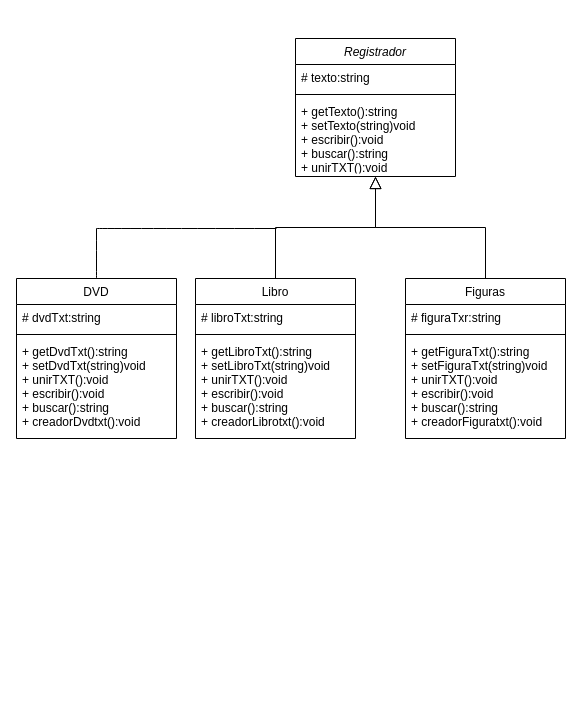
13petabytes/Clasificador keeps this draw.io diagram as clases proyecto registros.drawio. Above is the earlier version. Source tidied: cells renumbered, new cells numbered last; positions are measured from the earlier drawing's top-left corner, leaving out a move shared by most shapes. Both pictures are drawn from the tidied source at 100%, with x=0, y=0 at pixel (16, 38).
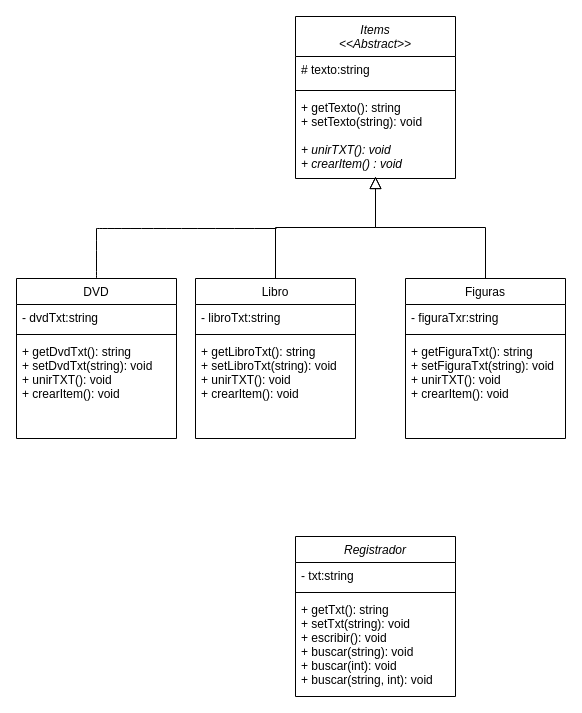
The same page after the edit.

Unchanged cells that the change refers to:
```xml
<mxCell id="2" value="Libro" style="swimlane;fontStyle=0;align=center;verticalAlign=top;horizontal=1;startSize=26;rounded=0;shadow=0;strokeWidth=1;" parent="1" vertex="1">
  <mxGeometry x="179" y="240" width="160" height="160" as="geometry" />
</mxCell>
<mxCell id="7" value="Figuras" style="swimlane;fontStyle=0;align=center;verticalAlign=top;horizontal=1;startSize=26;rounded=0;shadow=0;strokeWidth=1;" parent="1" vertex="1">
  <mxGeometry x="389" y="240" width="160" height="160" as="geometry" />
</mxCell>
<mxCell id="12" value="DVD" style="swimlane;fontStyle=0;align=center;verticalAlign=top;horizontal=1;startSize=26;rounded=0;shadow=0;strokeWidth=1;" parent="1" vertex="1">
  <mxGeometry y="240" width="160" height="160" as="geometry" />
</mxCell>
```

Diff of the diagram source:
```diff
@@
-    <mxCell id="3" value="# libroTxt:string" style="text;align=left;verticalAlign=top;spacingLeft=4;spacingRight=4;overflow=hidden;" parent="2" vertex="1">
+    <mxCell id="3" value="- libroTxt:string" style="text;align=left;verticalAlign=top;spacingLeft=4;spacingRight=4;overflow=hidden;" parent="2" vertex="1">
       <mxGeometry y="26" width="160" height="26" as="geometry" />
     </mxCell>
@@
-    <mxCell id="5" value="+ getLibroTxt():string&#10;+ setLibroTxt(string)void&#10;+ unirTXT():void&#10;+ escribir():void&#10;+ buscar():string&#10;+ creadorLibrotxt():void&#10;" style="text;align=left;verticalAlign=top;spacingLeft=4;spacingRight=4;overflow=hidden;fontStyle=0;" parent="2" vertex="1">
+    <mxCell id="5" value="+ getLibroTxt(): string&#10;+ setLibroTxt(string): void&#10;+ unirTXT(): void&#10;+ crearItem(): void&#10;" style="text;align=left;verticalAlign=top;spacingLeft=4;spacingRight=4;overflow=hidden;fontStyle=0;" parent="2" vertex="1">
       <mxGeometry y="60" width="160" height="90" as="geometry" />
     </mxCell>
@@
-    <mxCell id="8" value="# figuraTxr:string" style="text;align=left;verticalAlign=top;spacingLeft=4;spacingRight=4;overflow=hidden;" parent="7" vertex="1">
+    <mxCell id="8" value="- figuraTxr:string" style="text;align=left;verticalAlign=top;spacingLeft=4;spacingRight=4;overflow=hidden;" parent="7" vertex="1">
       <mxGeometry y="26" width="160" height="26" as="geometry" />
     </mxCell>
@@
-    <mxCell id="10" value="+ getFiguraTxt():string&#10;+ setFiguraTxt(string)void&#10;+ unirTXT():void&#10;+ escribir():void&#10;+ buscar():string&#10;+ creadorFiguratxt():void&#10;" style="text;align=left;verticalAlign=top;spacingLeft=4;spacingRight=4;overflow=hidden;fontStyle=0;" parent="7" vertex="1">
+    <mxCell id="10" value="+ getFiguraTxt(): string&#10;+ setFiguraTxt(string): void&#10;+ unirTXT(): void&#10;+ crearItem(): void&#10;" style="text;align=left;verticalAlign=top;spacingLeft=4;spacingRight=4;overflow=hidden;fontStyle=0;" parent="7" vertex="1">
       <mxGeometry y="60" width="160" height="90" as="geometry" />
     </mxCell>
@@
-    <mxCell id="13" value="# dvdTxt:string" style="text;align=left;verticalAlign=top;spacingLeft=4;spacingRight=4;overflow=hidden;" parent="12" vertex="1">
+    <mxCell id="13" value="- dvdTxt:string" style="text;align=left;verticalAlign=top;spacingLeft=4;spacingRight=4;overflow=hidden;" parent="12" vertex="1">
       <mxGeometry y="26" width="160" height="26" as="geometry" />
     </mxCell>
@@
-    <mxCell id="15" value="+ getDvdTxt():string&#10;+ setDvdTxt(string)void&#10;+ unirTXT():void&#10;+ escribir():void&#10;+ buscar():string&#10;+ creadorDvdtxt():void" style="text;align=left;verticalAlign=top;spacingLeft=4;spacingRight=4;overflow=hidden;fontStyle=0;" parent="12" vertex="1">
+    <mxCell id="15" value="+ getDvdTxt(): string&#10;+ setDvdTxt(string): void&#10;+ unirTXT(): void&#10;+ crearItem(): void" style="text;align=left;verticalAlign=top;spacingLeft=4;spacingRight=4;overflow=hidden;fontStyle=0;" parent="12" vertex="1">
       <mxGeometry y="60" width="160" height="90" as="geometry" />
     </mxCell>
@@
     <mxCell id="18" style="edgeStyle=none;curved=1;rounded=0;orthogonalLoop=1;jettySize=auto;html=1;exitX=0.75;exitY=0;exitDx=0;exitDy=0;fontSize=12;startSize=8;endSize=8;" parent="1" edge="1">
       <mxGeometry relative="1" as="geometry">
-        <mxPoint x="399" as="sourcePoint" />
-        <mxPoint x="399" as="targetPoint" />
+        <mxPoint x="399" y="-22" as="sourcePoint" />
+        <mxPoint x="399" y="-22" as="targetPoint" />
       </mxGeometry>
     </mxCell>
-    <mxCell id="19" value="Registrador" style="swimlane;fontStyle=2;align=center;verticalAlign=top;horizontal=1;startSize=26;rounded=0;shadow=0;strokeWidth=1;" parent="1" vertex="1">
-      <mxGeometry x="279" width="160" height="138" as="geometry" />
+    <mxCell id="19" value="Items&#10;&lt;&lt;Abstract&gt;&gt;" style="swimlane;fontStyle=2;align=center;verticalAlign=top;horizontal=1;startSize=40;rounded=0;shadow=0;strokeWidth=1;" parent="1" vertex="1">
+      <mxGeometry x="279" y="-22" width="160" height="162" as="geometry" />
     </mxCell>
     <mxCell id="20" value="# texto:string" style="text;align=left;verticalAlign=top;spacingLeft=4;spacingRight=4;overflow=hidden;" parent="19" vertex="1">
-      <mxGeometry y="26" width="160" height="26" as="geometry" />
+      <mxGeometry y="40" width="160" height="30" as="geometry" />
     </mxCell>
     <mxCell id="21" style="line;html=1;strokeWidth=1;align=left;verticalAlign=middle;spacingTop=-1;spacingLeft=3;spacingRight=3;labelPosition=right;" parent="19" vertex="1">
-      <mxGeometry y="52" width="160" height="8" as="geometry" />
+      <mxGeometry y="70" width="160" height="8" as="geometry" />
     </mxCell>
-    <mxCell id="22" value="+ getTexto():string&#10;+ setTexto(string)void&#10;+ escribir():void&#10;+ buscar():string&#10;+ unirTXT():void" style="text;align=left;verticalAlign=top;spacingLeft=4;spacingRight=4;overflow=hidden;" parent="19" vertex="1">
-      <mxGeometry y="60" width="160" height="70" as="geometry" />
+    <mxCell id="22" value="+ getTexto(): string&#10;+ setTexto(string): void&#10;" style="text;align=left;verticalAlign=top;spacingLeft=4;spacingRight=4;overflow=hidden;fontStyle=0;" parent="19" vertex="1">
+      <mxGeometry y="78" width="160" height="42" as="geometry" />
     </mxCell>
+    <mxCell id="23" value="+ unirTXT(): void&#10;+ crearItem() : void" style="text;align=left;verticalAlign=top;spacingLeft=4;spacingRight=4;overflow=hidden;fontStyle=2;" parent="19" vertex="1">
+      <mxGeometry y="120" width="160" height="42" as="geometry" />
+    </mxCell>
+    <mxCell id="24" style="edgeStyle=none;curved=1;rounded=0;orthogonalLoop=1;jettySize=auto;html=1;exitX=0.75;exitY=0;exitDx=0;exitDy=0;fontSize=12;startSize=8;endSize=8;" parent="1" edge="1">
+      <mxGeometry relative="1" as="geometry">
+        <mxPoint x="399" y="498" as="sourcePoint" />
+        <mxPoint x="399" y="498" as="targetPoint" />
+      </mxGeometry>
+    </mxCell>
+    <mxCell id="25" value="Registrador" style="swimlane;fontStyle=2;align=center;verticalAlign=top;horizontal=1;startSize=26;rounded=0;shadow=0;strokeWidth=1;" parent="1" vertex="1">
+      <mxGeometry x="279" y="498" width="160" height="160" as="geometry" />
+    </mxCell>
+    <mxCell id="26" value="- txt:string" style="text;align=left;verticalAlign=top;spacingLeft=4;spacingRight=4;overflow=hidden;" parent="25" vertex="1">
+      <mxGeometry y="26" width="160" height="26" as="geometry" />
+    </mxCell>
+    <mxCell id="27" style="line;html=1;strokeWidth=1;align=left;verticalAlign=middle;spacingTop=-1;spacingLeft=3;spacingRight=3;labelPosition=right;" parent="25" vertex="1">
+      <mxGeometry y="52" width="160" height="8" as="geometry" />
+    </mxCell>
+    <mxCell id="28" value="+ getTxt(): string&#10;+ setTxt(string): void&#10;+ escribir(): void&#10;+ buscar(string): void&#10;+ buscar(int): void&#10;+ buscar(string, int): void&#10;" style="text;align=left;verticalAlign=top;spacingLeft=4;spacingRight=4;overflow=hidden;" parent="25" vertex="1">
+      <mxGeometry y="60" width="160" height="100" as="geometry" />
+    </mxCell>
```
